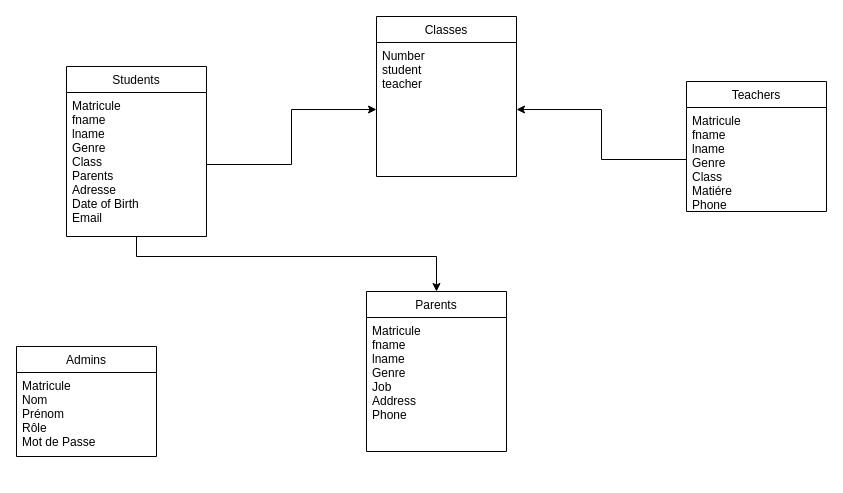
This is page "Class diagrame" (1 of 2) of UML/class diagrame.drawio from abdelazizbardich/Application-de-gestion-d-ecole, a draw.io file, before an edit. Source tidied: cells renumbered, new cells numbered last; positions are measured from the earlier drawing's top-left corner, leaving out a move shared by most shapes. Both pictures are drawn from the tidied source at 100%, with x=0, y=0 at pixel (16, 16).
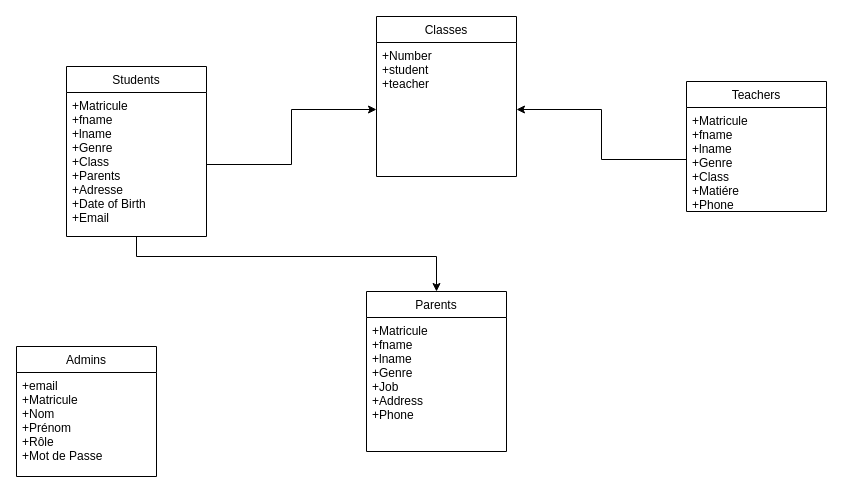
After the change.

Change to the diagram source:
```diff
@@
 <mxGraphModel>
   <root>
     <mxCell id="0" />
     <mxCell id="1" parent="0" />
     <mxCell id="2" value="Students" style="swimlane;fontStyle=0;horizontal=1;startSize=26;fillColor=none;" parent="1" vertex="1">
       <mxGeometry x="50" y="50" width="140" height="170" as="geometry" />
     </mxCell>
-    <mxCell id="3" value="Matricule&#10;fname&#10;lname&#10;Genre&#10;Class&#10;Parents&#10;Adresse&#10;Date of Birth&#10;Email" style="text;strokeColor=none;fillColor=none;align=left;verticalAlign=top;spacingLeft=4;spacingRight=4;overflow=hidden;points=[[0,0.5],[1,0.5]];portConstraint=eastwest;" parent="2" vertex="1">
+    <mxCell id="3" value="+Matricule&#10;+fname&#10;+lname&#10;+Genre&#10;+Class&#10;+Parents&#10;+Adresse&#10;+Date of Birth&#10;+Email" style="text;strokeColor=none;fillColor=none;align=left;verticalAlign=top;spacingLeft=4;spacingRight=4;overflow=hidden;points=[[0,0.5],[1,0.5]];portConstraint=eastwest;" parent="2" vertex="1">
       <mxGeometry y="26" width="140" height="144" as="geometry" />
     </mxCell>
     <mxCell id="4" value="Teachers" style="swimlane;fontStyle=0;horizontal=1;startSize=26;fillColor=none;" parent="1" vertex="1">
       <mxGeometry x="670" y="65" width="140" height="130" as="geometry" />
     </mxCell>
-    <mxCell id="5" value="Matricule&#10;fname&#10;lname&#10;Genre&#10;Class&#10;Matiére&#10;Phone" style="text;strokeColor=none;fillColor=none;align=left;verticalAlign=top;spacingLeft=4;spacingRight=4;overflow=hidden;points=[[0,0.5],[1,0.5]];portConstraint=eastwest;" parent="4" vertex="1">
+    <mxCell id="5" value="+Matricule&#10;+fname&#10;+lname&#10;+Genre&#10;+Class&#10;+Matiére&#10;+Phone" style="text;strokeColor=none;fillColor=none;align=left;verticalAlign=top;spacingLeft=4;spacingRight=4;overflow=hidden;points=[[0,0.5],[1,0.5]];portConstraint=eastwest;" parent="4" vertex="1">
       <mxGeometry y="26" width="140" height="104" as="geometry" />
     </mxCell>
     <mxCell id="6" value="Parents" style="swimlane;fontStyle=0;horizontal=1;startSize=26;fillColor=none;" parent="1" vertex="1">
       <mxGeometry x="350" y="275" width="140" height="160" as="geometry" />
     </mxCell>
-    <mxCell id="7" value="Matricule&#10;fname&#10;lname&#10;Genre&#10;Job&#10;Address&#10;Phone" style="text;strokeColor=none;fillColor=none;align=left;verticalAlign=top;spacingLeft=4;spacingRight=4;overflow=hidden;" parent="6" vertex="1">
+    <mxCell id="7" value="+Matricule&#10;+fname&#10;+lname&#10;+Genre&#10;+Job&#10;+Address&#10;+Phone" style="text;strokeColor=none;fillColor=none;align=left;verticalAlign=top;spacingLeft=4;spacingRight=4;overflow=hidden;" parent="6" vertex="1">
       <mxGeometry y="26" width="140" height="134" as="geometry" />
     </mxCell>
     <mxCell id="8" value="Admins" style="swimlane;fontStyle=0;horizontal=1;startSize=26;fillColor=none;" parent="1" vertex="1">
-      <mxGeometry y="330" width="140" height="110" as="geometry" />
+      <mxGeometry y="330" width="140" height="130" as="geometry" />
     </mxCell>
-    <mxCell id="9" value="Matricule&#10;Nom&#10;Prénom&#10;Rôle&#10;Mot de Passe" style="text;strokeColor=none;fillColor=none;align=left;verticalAlign=top;spacingLeft=4;spacingRight=4;overflow=hidden;" parent="8" vertex="1">
-      <mxGeometry y="26" width="140" height="84" as="geometry" />
+    <mxCell id="9" value="+email&#10;+Matricule&#10;+Nom&#10;+Prénom&#10;+Rôle&#10;+Mot de Passe" style="text;strokeColor=none;fillColor=none;align=left;verticalAlign=top;spacingLeft=4;spacingRight=4;overflow=hidden;" parent="8" vertex="1">
+      <mxGeometry y="26" width="140" height="104" as="geometry" />
     </mxCell>
     <mxCell id="10" value="Classes" style="swimlane;fontStyle=0;horizontal=1;startSize=26;fillColor=none;" parent="1" vertex="1">
       <mxGeometry x="360" width="140" height="160" as="geometry" />
     </mxCell>
-    <mxCell id="11" value="Number&#10;student&#10;teacher" style="text;strokeColor=none;fillColor=none;align=left;verticalAlign=top;spacingLeft=4;spacingRight=4;overflow=hidden;points=[[0,0.5],[1,0.5]];portConstraint=eastwest;" parent="10" vertex="1">
+    <mxCell id="11" value="+Number&#10;+student&#10;+teacher" style="text;strokeColor=none;fillColor=none;align=left;verticalAlign=top;spacingLeft=4;spacingRight=4;overflow=hidden;points=[[0,0.5],[1,0.5]];portConstraint=eastwest;" parent="10" vertex="1">
       <mxGeometry y="26" width="140" height="134" as="geometry" />
     </mxCell>
     <mxCell id="12" style="edgeStyle=orthogonalEdgeStyle;rounded=0;jettySize=auto;html=1;entryX=1;entryY=0.5;entryDx=0;entryDy=0;" parent="1" edge="1" source="5" target="11">
       <mxGeometry relative="1" as="geometry" />
     </mxCell>
     <mxCell id="13" style="edgeStyle=orthogonalEdgeStyle;rounded=0;jettySize=auto;html=1;entryX=0;entryY=0.5;entryDx=0;entryDy=0;" parent="1" edge="1" source="3" target="11">
       <mxGeometry relative="1" as="geometry" />
     </mxCell>
     <mxCell id="14" style="edgeStyle=orthogonalEdgeStyle;rounded=0;jettySize=auto;html=1;" parent="1" edge="1" source="3" target="6">
       <mxGeometry relative="1" as="geometry">
         <Array as="points">
           <mxPoint x="120" y="240" />
           <mxPoint x="420" y="240" />
         </Array>
       </mxGeometry>
     </mxCell>
   </root>
 </mxGraphModel>
```
